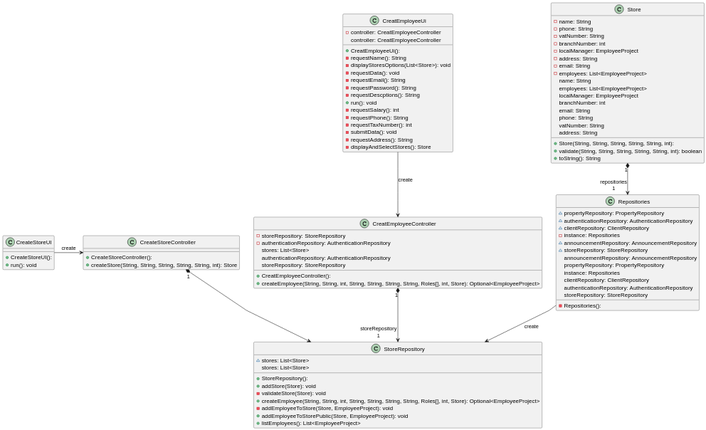
hugosilva2901/lei-22-s2-1DO-g68 keeps this PlantUML diagram as lei-22-s2-1do-g68/docs/SprintC/us013/03.design/svg/us013-class-diagram.svg. Above is the earlier version.
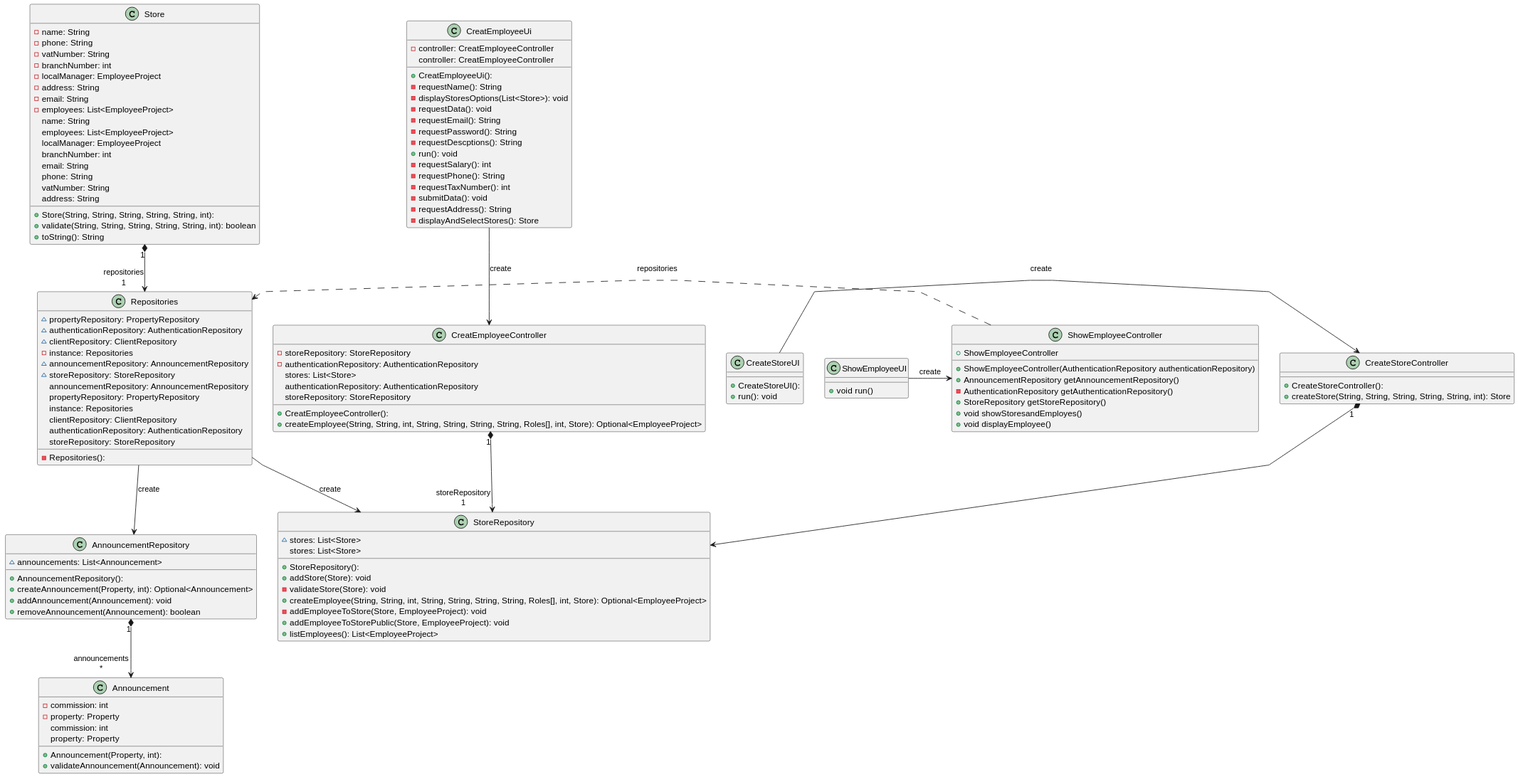
The same file after the commit.

Commit message:
Us013 - Implements 2.0 and Update on Class Diagram.

What changed in the source:
```diff
@@ -69,6 +69,15 @@
    address: String
 }
 
+class Announcement {
+  + Announcement(Property, int):
+  - commission: int
+  - property: Property
+  + validateAnnouncement(Announcement): void
+   commission: int
+   property: Property
+}
+
 class Repositories {
   - Repositories():
   ~ propertyRepository: PropertyRepository
@@ -96,12 +105,37 @@
   + listEmployees(): List<EmployeeProject>
    stores: List<Store>
 }
+class AnnouncementRepository {
+  + AnnouncementRepository():
+  ~ announcements: List<Announcement>
+  + createAnnouncement(Property, int): Optional<Announcement>
+  + addAnnouncement(Announcement): void
+  + removeAnnouncement(Announcement): boolean
+}
+
+class ShowEmployeeUI{
+  + void run()
+}
+
+class ShowEmployeeController{
+  + ShowEmployeeController
+  + ShowEmployeeController(AuthenticationRepository authenticationRepository)
+  + AnnouncementRepository getAnnouncementRepository()
+  - AuthenticationRepository getAuthenticationRepository()
+  + StoreRepository getStoreRepository()
+  + void showStoresandEmployes()
+  + void displayEmployee()
+}
 
 
 CreatEmployeeUi               -->  CreatEmployeeController      : "«create»"
 CreateStoreController        "1" *--> "StoreRepository"
 CreateStoreUI                 ->  CreateStoreController        : "«create»"
 CreatEmployeeController      "1" *--> "storeRepository\n1" StoreRepository
+ShowEmployeeUI                 ->  ShowEmployeeController        : "«create»"
+ShowEmployeeController .> Repositories: repositories
+AnnouncementRepository       "1" *--> "announcements\n*" Announcement
 Store                        "1" *--> "repositories\n1" Repositories
 Repositories                  -->  StoreRepository              : "«create»"
+Repositories                  -->  AnnouncementRepository       : "«create»"
 @enduml
```
